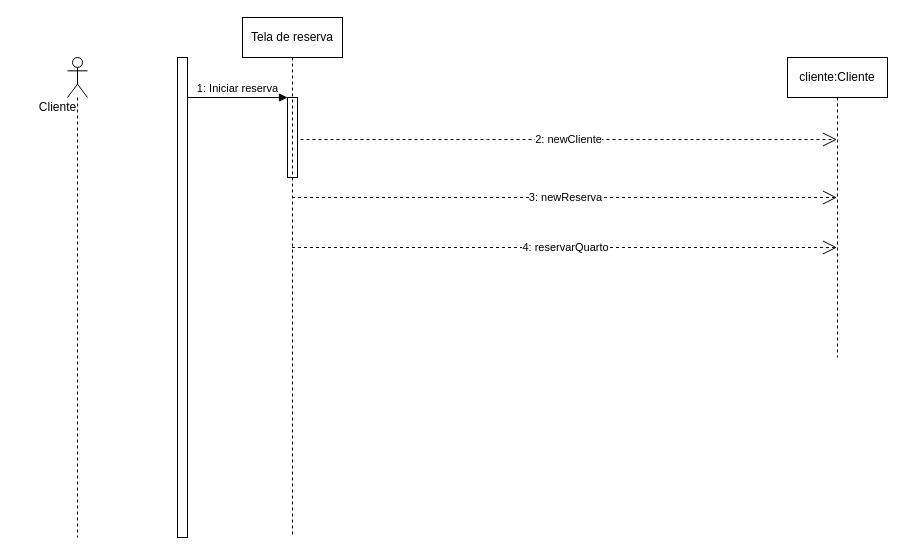
Earlier version of the draw.io diagram Diagrama de Sequencia.drawio (mateuscaldasbr/Villa-Food-Delivery). Source tidied: cells renumbered, new cells numbered last; positions are measured from the earlier drawing's top-left corner, leaving out a move shared by most shapes. Both pictures are drawn from the tidied source at 100%, with x=0, y=0 at pixel (32, 17).
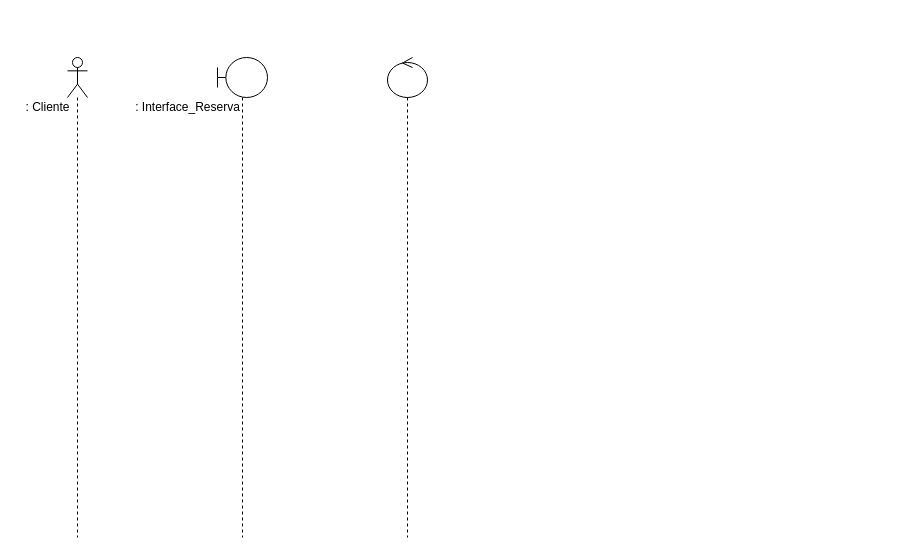
The same page after the edit.

Diff of the diagram source:
```diff
@@
 <mxGraphModel background="#ffffff">
   <root>
     <mxCell id="0" />
     <mxCell id="1" parent="0" />
-    <mxCell id="2" style="html=1;perimeter=orthogonalPerimeter;" parent="1" vertex="1">
-      <mxGeometry x="145" y="40" width="10" height="480" as="geometry" />
-    </mxCell>
-    <mxCell id="3" style="html=1;points=[];perimeter=orthogonalPerimeter;" parent="1" vertex="1">
-      <mxGeometry x="255" y="80" width="10" height="80" as="geometry" />
-    </mxCell>
-    <mxCell id="4" value="&lt;div&gt;1: Iniciar reserva&lt;/div&gt;" style="html=1;verticalAlign=bottom;startArrow=none;endArrow=block;startSize=8;startFill=0;" parent="1" edge="1" target="3">
-      <mxGeometry relative="1" as="geometry">
-        <mxPoint x="155" y="80" as="sourcePoint" />
-      </mxGeometry>
-    </mxCell>
-    <mxCell id="5" value="Tela de reserva" style="shape=umlLifeline;perimeter=lifelinePerimeter;whiteSpace=wrap;html=1;outlineConnect=0;" parent="1" vertex="1">
-      <mxGeometry x="210" width="100" height="520" as="geometry" />
-    </mxCell>
-    <mxCell id="6" value="cliente:Cliente" style="shape=umlLifeline;perimeter=lifelinePerimeter;whiteSpace=wrap;html=1;outlineConnect=0;" parent="1" vertex="1">
-      <mxGeometry x="755" y="40" width="100" height="300" as="geometry" />
-    </mxCell>
-    <mxCell id="7" value="2: newCliente" style="endArrow=open;endSize=12;dashed=1;html=1;exitX=1.3;exitY=0.525;exitDx=0;exitDy=0;exitPerimeter=0;" parent="1" edge="1" source="3" target="6">
-      <mxGeometry relative="1" as="geometry">
-        <Array as="points">
-          <mxPoint x="465" y="122" />
-        </Array>
-      </mxGeometry>
-    </mxCell>
-    <mxCell id="8" value="3: newReserva" style="endArrow=open;endSize=12;dashed=1;html=1;" parent="1" edge="1" source="5" target="6">
-      <mxGeometry relative="1" as="geometry">
-        <Array as="points">
-          <mxPoint x="545" y="180" />
-        </Array>
-      </mxGeometry>
-    </mxCell>
-    <mxCell id="9" value="4: reservarQuarto" style="endArrow=open;endSize=12;dashed=1;html=1;" parent="1" edge="1" source="5" target="6">
-      <mxGeometry relative="1" as="geometry">
-        <Array as="points">
-          <mxPoint x="585" y="230" />
-        </Array>
-      </mxGeometry>
-    </mxCell>
     <mxCell id="10" style="shape=umlLifeline;participant=umlActor;perimeter=lifelinePerimeter;whiteSpace=wrap;html=1;verticalAlign=top;spacingTop=36;" parent="1" vertex="1">
       <mxGeometry x="35" y="40" width="20" height="480" as="geometry" />
     </mxCell>
-    <mxCell id="11" value="Cliente" style="text;html=1;align=center;verticalAlign=middle;" parent="1" vertex="1">
-      <mxGeometry y="80" width="50" height="20" as="geometry" />
+    <mxCell id="11" value=": Cliente" style="text;html=1;align=center;verticalAlign=middle;" parent="1" vertex="1">
+      <mxGeometry x="-15" y="80" width="60" height="20" as="geometry" />
     </mxCell>
+    <mxCell id="12" style="shape=umlLifeline;participant=umlBoundary;perimeter=lifelinePerimeter;whiteSpace=wrap;html=1;verticalAlign=top;spacingTop=36;" parent="1" vertex="1">
+      <mxGeometry x="185" y="40" width="50" height="480" as="geometry" />
+    </mxCell>
+    <mxCell id="13" value=": Interface_Reserva" style="text;html=1;align=center;verticalAlign=middle;" parent="1" vertex="1">
+      <mxGeometry x="95" y="80" width="120" height="20" as="geometry" />
+    </mxCell>
+    <mxCell id="14" style="shape=umlLifeline;participant=umlControl;perimeter=lifelinePerimeter;whiteSpace=wrap;html=1;verticalAlign=top;spacingTop=36;" parent="1" vertex="1">
+      <mxGeometry x="355" y="40" width="40" height="480" as="geometry" />
+    </mxCell>
   </root>
 </mxGraphModel>
```
